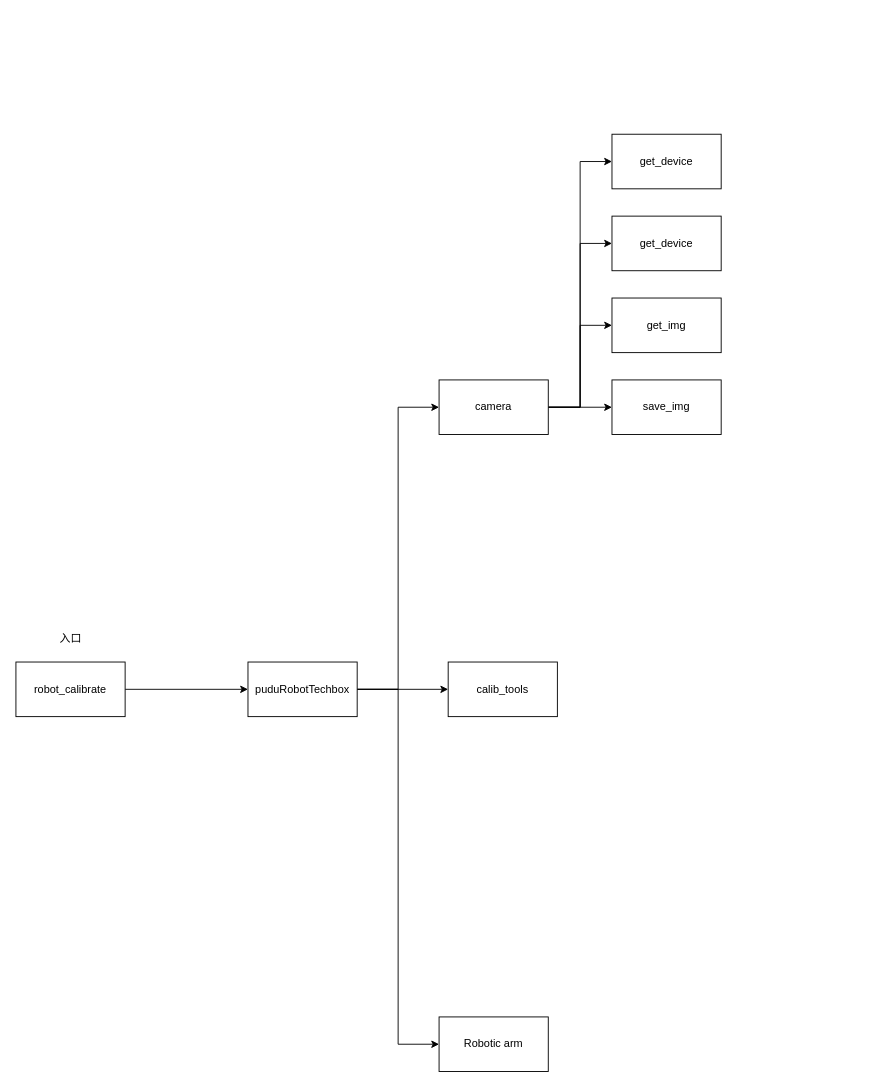
The draw.io diagram page "第 1 页" (1 of 2) of 重构相机标定工具.drawio in Jev0987/drawioFile, before the edit. Source tidied: cells renumbered, new cells numbered last; positions are measured from the earlier drawing's top-left corner, leaving out a move shared by most shapes. Both pictures are drawn from the tidied source at 91%, with x=0, y=0 at pixel (15, 134).
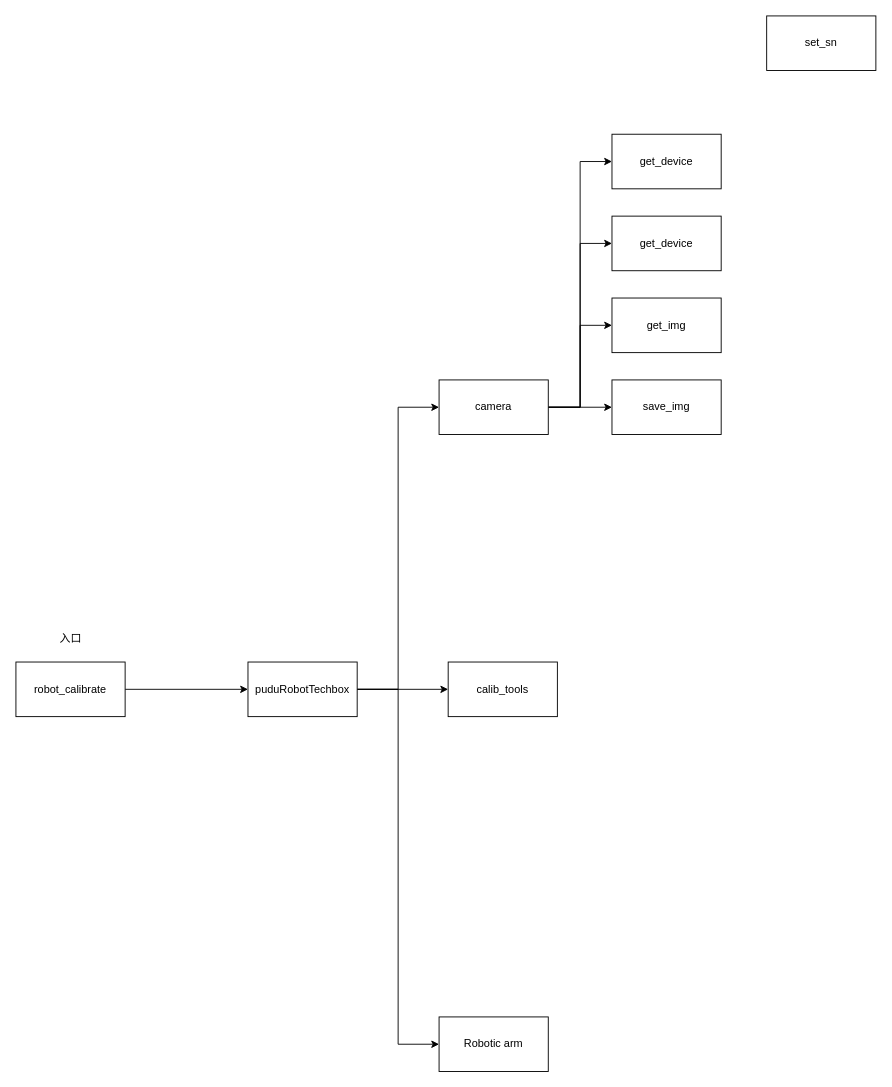
The same page after the edit.

Commit message (it also covers changes not shown here):
更新重构相机标定工具.drawio

The edit, as a diff of the source:
```diff
@@
+    <mxCell id="20" value="set_sn" style="rounded=0;whiteSpace=wrap;html=1;" parent="1" vertex="1">
+      <mxGeometry x="825" y="-130" width="120" height="60" as="geometry" />
+    </mxCell>
```
